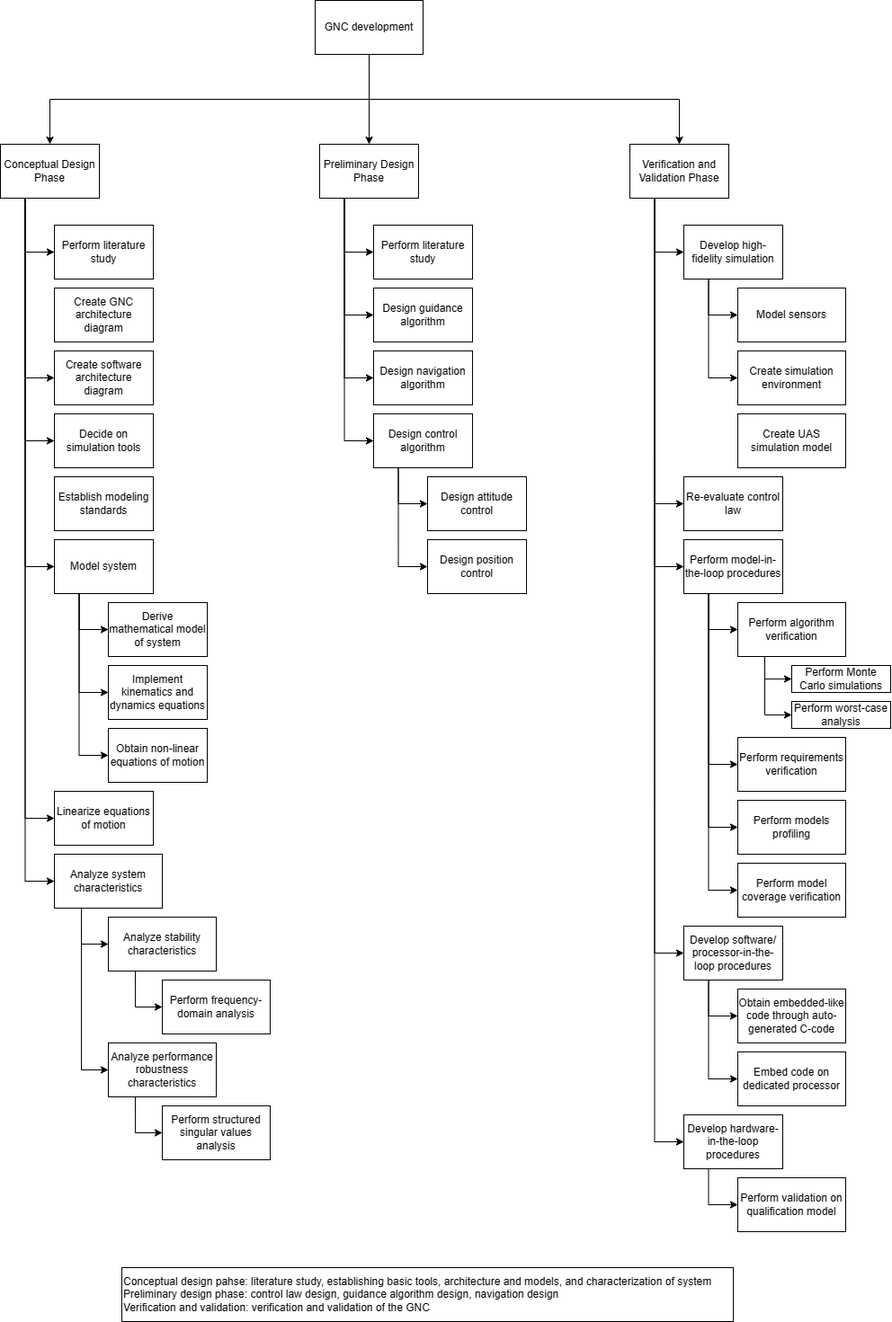
This is work flow diagram CNS.png from MikeTimmerman-ae/inspection-drone, a draw.io export, as it was before one commit. Source tidied: cells renumbered, new cells last; positions are measured from the earlier drawing's top-left corner, leaving out a move shared by most shapes.
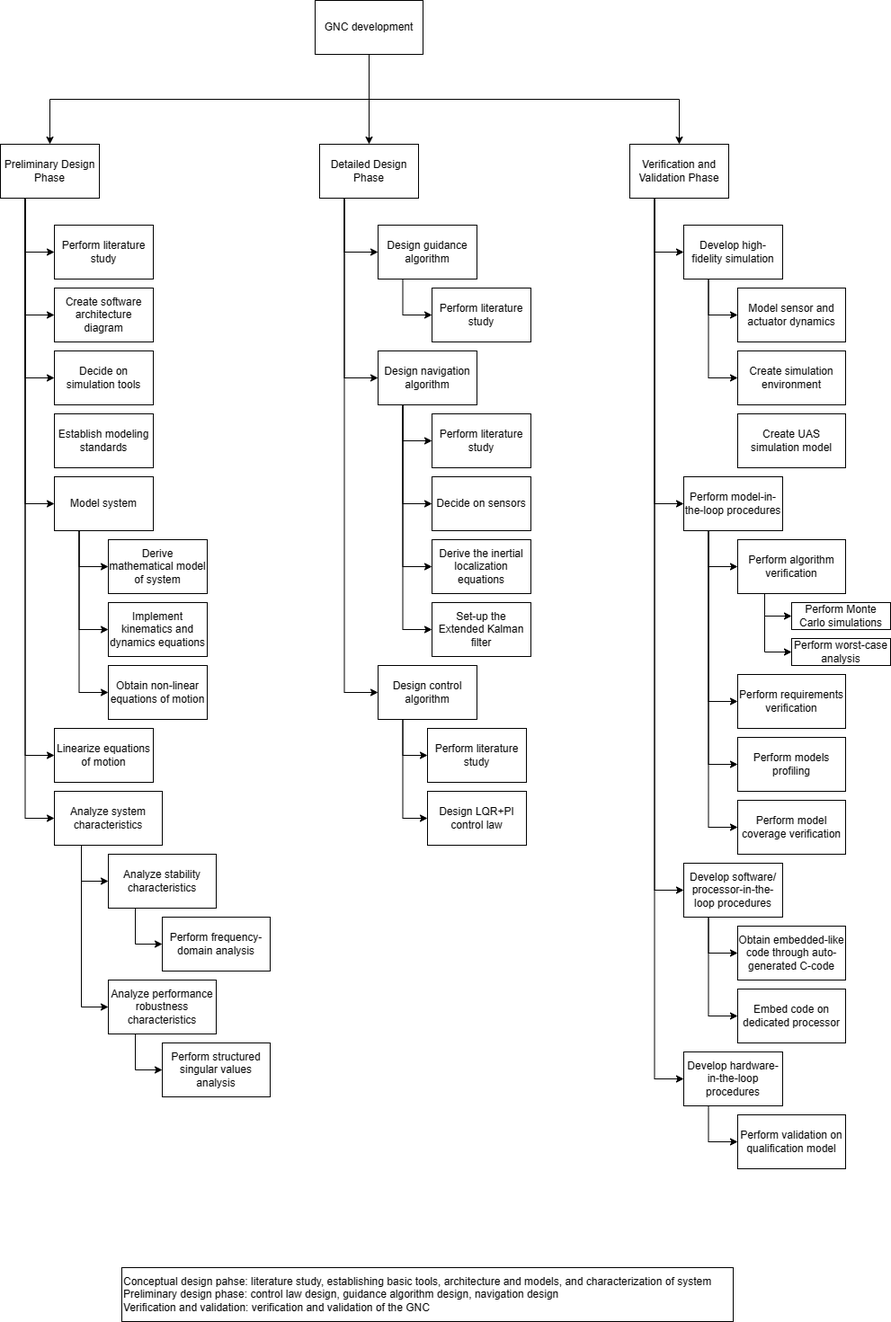
After the change.

The edit, as a diff of the source:
```diff
@@ -20,12 +20,9 @@
     <mxCell id="7" style="edgeStyle=orthogonalEdgeStyle;rounded=0;jettySize=auto;html=1;exitX=0.25;exitY=1;exitDx=0;exitDy=0;entryX=0;entryY=0.5;entryDx=0;entryDy=0;" parent="1" edge="1" source="8" target="50">
       <mxGeometry relative="1" as="geometry" />
     </mxCell>
-    <mxCell id="8" value="Conceptual Design Phase" style="whiteSpace=wrap;html=1;" parent="1" vertex="1">
-      <mxGeometry y="160" width="110" height="60" as="geometry" />
+    <mxCell id="8" value="Preliminary Design Phase" style="whiteSpace=wrap;html=1;" parent="1" vertex="1">
+      <mxGeometry y="230" width="110" height="60" as="geometry" />
     </mxCell>
-    <mxCell id="9" style="edgeStyle=orthogonalEdgeStyle;rounded=0;jettySize=auto;html=1;exitX=0.25;exitY=1;exitDx=0;exitDy=0;entryX=0;entryY=0.5;entryDx=0;entryDy=0;" parent="1" edge="1" source="13" target="74">
-      <mxGeometry relative="1" as="geometry" />
-    </mxCell>
     <mxCell id="10" style="edgeStyle=orthogonalEdgeStyle;rounded=0;jettySize=auto;html=1;exitX=0.25;exitY=1;exitDx=0;exitDy=0;entryX=0;entryY=0.5;entryDx=0;entryDy=0;" parent="1" edge="1" source="13" target="75">
       <mxGeometry relative="1" as="geometry" />
     </mxCell>
@@ -35,13 +32,13 @@
     <mxCell id="12" style="edgeStyle=orthogonalEdgeStyle;rounded=0;jettySize=auto;html=1;exitX=0.25;exitY=1;exitDx=0;exitDy=0;entryX=0;entryY=0.5;entryDx=0;entryDy=0;" parent="1" edge="1" source="13" target="79">
       <mxGeometry relative="1" as="geometry" />
     </mxCell>
-    <mxCell id="13" value="Preliminary Design&lt;br&gt;Phase" style="whiteSpace=wrap;html=1;" parent="1" vertex="1">
-      <mxGeometry x="355" y="160" width="110" height="60" as="geometry" />
+    <mxCell id="13" value="Detailed Design&lt;br&gt;Phase" style="whiteSpace=wrap;html=1;" parent="1" vertex="1">
+      <mxGeometry x="355" y="230" width="110" height="60" as="geometry" />
     </mxCell>
     <mxCell id="14" style="edgeStyle=orthogonalEdgeStyle;rounded=0;jettySize=auto;html=1;exitX=0.25;exitY=1;exitDx=0;exitDy=0;entryX=0;entryY=0.5;entryDx=0;entryDy=0;" parent="1" edge="1" source="19" target="22">
       <mxGeometry relative="1" as="geometry">
         <Array as="points">
-          <mxPoint x="728" y="280" />
+          <mxPoint x="728" y="350" />
         </Array>
       </mxGeometry>
     </mxCell>
@@ -54,11 +51,8 @@
     <mxCell id="17" style="edgeStyle=orthogonalEdgeStyle;rounded=0;jettySize=auto;html=1;exitX=0.25;exitY=1;exitDx=0;exitDy=0;entryX=0;entryY=0.5;entryDx=0;entryDy=0;" parent="1" edge="1" source="19" target="32">
       <mxGeometry relative="1" as="geometry" />
     </mxCell>
-    <mxCell id="18" style="edgeStyle=orthogonalEdgeStyle;rounded=0;jettySize=auto;html=1;exitX=0.25;exitY=1;exitDx=0;exitDy=0;entryX=0;entryY=0.5;entryDx=0;entryDy=0;" parent="1" edge="1" source="19" target="61">
-      <mxGeometry relative="1" as="geometry" />
-    </mxCell>
     <mxCell id="19" value="Verification and Validation Phase" style="whiteSpace=wrap;html=1;" parent="1" vertex="1">
-      <mxGeometry x="700" y="160" width="110" height="60" as="geometry" />
+      <mxGeometry x="700" y="230" width="110" height="60" as="geometry" />
     </mxCell>
     <mxCell id="20" style="edgeStyle=orthogonalEdgeStyle;rounded=0;jettySize=auto;html=1;exitX=0.25;exitY=1;exitDx=0;exitDy=0;entryX=0;entryY=0.5;entryDx=0;entryDy=0;" parent="1" edge="1" source="22" target="58">
       <mxGeometry relative="1" as="geometry" />
@@ -67,7 +61,7 @@
       <mxGeometry relative="1" as="geometry" />
     </mxCell>
     <mxCell id="22" value="Develop high-fidelity simulation" style="whiteSpace=wrap;html=1;" parent="1" vertex="1">
-      <mxGeometry x="760" y="250" width="110" height="60" as="geometry" />
+      <mxGeometry x="760" y="320" width="110" height="60" as="geometry" />
     </mxCell>
     <mxCell id="23" style="edgeStyle=orthogonalEdgeStyle;rounded=0;jettySize=auto;html=1;exitX=0.25;exitY=1;exitDx=0;exitDy=0;entryX=0;entryY=0.5;entryDx=0;entryDy=0;" parent="1" edge="1" source="27" target="64">
       <mxGeometry relative="1" as="geometry" />
@@ -109,10 +103,10 @@
       <mxGeometry relative="1" as="geometry" />
     </mxCell>
     <mxCell id="36" value="GNC development" style="whiteSpace=wrap;html=1;" parent="1" vertex="1">
-      <mxGeometry x="350" width="120" height="60" as="geometry" />
+      <mxGeometry x="350" y="70" width="120" height="60" as="geometry" />
     </mxCell>
     <mxCell id="37" value="Perform literature study" style="whiteSpace=wrap;html=1;" parent="1" vertex="1">
-      <mxGeometry x="60" y="250" width="110" height="60" as="geometry" />
+      <mxGeometry x="60" y="320" width="110" height="60" as="geometry" />
     </mxCell>
     <mxCell id="38" value="Decide on simulation tools" style="whiteSpace=wrap;html=1;" parent="1" vertex="1">
       <mxGeometry x="60" y="460" width="110" height="60" as="geometry" />
@@ -172,20 +166,17 @@
       <mxGeometry x="180" y="1230" width="120" height="60" as="geometry" />
     </mxCell>
     <mxCell id="57" value="Conceptual design pahse: literature study, establishing basic tools, architecture and models, and characterization of system&lt;br&gt;Preliminary design phase: control law design, guidance algorithm design, navigation design&lt;br&gt;Verification and validation: verification and validation of the GNC" style="rounded=0;whiteSpace=wrap;html=1;align=left;" parent="1" vertex="1">
-      <mxGeometry x="135" y="1410" width="680" height="60" as="geometry" />
+      <mxGeometry x="135" y="1480" width="680" height="60" as="geometry" />
     </mxCell>
-    <mxCell id="58" value="Model sensors" style="whiteSpace=wrap;html=1;" parent="1" vertex="1">
-      <mxGeometry x="820" y="320" width="120" height="60" as="geometry" />
+    <mxCell id="58" value="Model sensor and actuator dynamics" style="whiteSpace=wrap;html=1;" parent="1" vertex="1">
+      <mxGeometry x="820" y="390" width="120" height="60" as="geometry" />
     </mxCell>
     <mxCell id="59" value="Create simulation environment" style="whiteSpace=wrap;html=1;" parent="1" vertex="1">
-      <mxGeometry x="820" y="390" width="120" height="60" as="geometry" />
+      <mxGeometry x="820" y="460" width="120" height="60" as="geometry" />
     </mxCell>
     <mxCell id="60" value="Create UAS simulation model" style="whiteSpace=wrap;html=1;" parent="1" vertex="1">
-      <mxGeometry x="820" y="460" width="120" height="60" as="geometry" />
+      <mxGeometry x="820" y="530" width="120" height="60" as="geometry" />
     </mxCell>
-    <mxCell id="61" value="Re-evaluate control law" style="whiteSpace=wrap;html=1;" parent="1" vertex="1">
-      <mxGeometry x="760" y="530" width="110" height="60" as="geometry" />
-    </mxCell>
     <mxCell id="62" style="edgeStyle=orthogonalEdgeStyle;rounded=0;jettySize=auto;html=1;exitX=0.25;exitY=1;exitDx=0;exitDy=0;entryX=0;entryY=0.5;entryDx=0;entryDy=0;" parent="1" edge="1" source="64" target="73">
       <mxGeometry relative="1" as="geometry">
         <Array as="points">
@@ -231,13 +222,28 @@
       <mxGeometry x="880" y="740" width="110" height="30" as="geometry" />
     </mxCell>
     <mxCell id="74" value="Perform literature study" style="whiteSpace=wrap;html=1;" parent="1" vertex="1">
-      <mxGeometry x="415" y="250" width="110" height="60" as="geometry" />
+      <mxGeometry x="480" y="390" width="110" height="60" as="geometry" />
     </mxCell>
+    <mxCell id="83" style="edgeStyle=orthogonalEdgeStyle;rounded=0;jettySize=auto;html=1;exitX=0.25;exitY=1;exitDx=0;exitDy=0;entryX=0;entryY=0.5;entryDx=0;entryDy=0;" parent="1" edge="1" source="75" target="74">
+      <mxGeometry relative="1" as="geometry" />
+    </mxCell>
     <mxCell id="75" value="Design guidance algorithm" style="whiteSpace=wrap;html=1;" parent="1" vertex="1">
-      <mxGeometry x="415" y="320" width="110" height="60" as="geometry" />
+      <mxGeometry x="420" y="320" width="110" height="60" as="geometry" />
     </mxCell>
+    <mxCell id="84" style="edgeStyle=orthogonalEdgeStyle;rounded=0;jettySize=auto;html=1;exitX=0.25;exitY=1;exitDx=0;exitDy=0;entryX=0;entryY=0.5;entryDx=0;entryDy=0;" parent="1" edge="1" source="76" target="88">
+      <mxGeometry relative="1" as="geometry" />
+    </mxCell>
+    <mxCell id="85" style="edgeStyle=orthogonalEdgeStyle;rounded=0;jettySize=auto;html=1;exitX=0.25;exitY=1;exitDx=0;exitDy=0;entryX=0;entryY=0.5;entryDx=0;entryDy=0;" parent="1" edge="1" source="76" target="89">
+      <mxGeometry relative="1" as="geometry" />
+    </mxCell>
+    <mxCell id="86" style="edgeStyle=orthogonalEdgeStyle;rounded=0;jettySize=auto;html=1;exitX=0.25;exitY=1;exitDx=0;exitDy=0;entryX=0;entryY=0.5;entryDx=0;entryDy=0;" parent="1" edge="1" source="76" target="90">
+      <mxGeometry relative="1" as="geometry" />
+    </mxCell>
+    <mxCell id="87" style="edgeStyle=orthogonalEdgeStyle;rounded=0;jettySize=auto;html=1;exitX=0.25;exitY=1;exitDx=0;exitDy=0;entryX=0;entryY=0.5;entryDx=0;entryDy=0;" parent="1" edge="1" source="76" target="91">
+      <mxGeometry relative="1" as="geometry" />
+    </mxCell>
     <mxCell id="76" value="Design navigation algorithm" style="whiteSpace=wrap;html=1;" parent="1" vertex="1">
-      <mxGeometry x="415" y="390" width="110" height="60" as="geometry" />
+      <mxGeometry x="420" y="460" width="110" height="60" as="geometry" />
     </mxCell>
     <mxCell id="77" style="edgeStyle=orthogonalEdgeStyle;rounded=0;jettySize=auto;html=1;exitX=0.25;exitY=1;exitDx=0;exitDy=0;entryX=0;entryY=0.5;entryDx=0;entryDy=0;" parent="1" edge="1" source="79" target="80">
       <mxGeometry relative="1" as="geometry" />
@@ -246,16 +252,25 @@
       <mxGeometry relative="1" as="geometry" />
     </mxCell>
     <mxCell id="79" value="Design control algorithm" style="whiteSpace=wrap;html=1;" parent="1" vertex="1">
-      <mxGeometry x="415" y="460" width="110" height="60" as="geometry" />
+      <mxGeometry x="420" y="810" width="110" height="60" as="geometry" />
     </mxCell>
-    <mxCell id="80" value="Design attitude control" style="whiteSpace=wrap;html=1;" parent="1" vertex="1">
-      <mxGeometry x="475" y="530" width="110" height="60" as="geometry" />
+    <mxCell id="80" value="Perform literature study" style="whiteSpace=wrap;html=1;" parent="1" vertex="1">
+      <mxGeometry x="475" y="880" width="110" height="60" as="geometry" />
     </mxCell>
-    <mxCell id="81" value="Design position control" style="whiteSpace=wrap;html=1;" parent="1" vertex="1">
-      <mxGeometry x="475" y="600" width="110" height="60" as="geometry" />
+    <mxCell id="81" value="Design LQR+PI control law" style="whiteSpace=wrap;html=1;" parent="1" vertex="1">
+      <mxGeometry x="475" y="950" width="110" height="60" as="geometry" />
     </mxCell>
-    <mxCell id="82" value="Create GNC architecture diagram" style="whiteSpace=wrap;html=1;" parent="1" vertex="1">
-      <mxGeometry x="60" y="320" width="110" height="60" as="geometry" />
-    </mxCell>
+    <mxCell id="88" value="Perform literature study" style="whiteSpace=wrap;html=1;" parent="1" vertex="1">
+      <mxGeometry x="480" y="530" width="110" height="60" as="geometry" />
+    </mxCell>
+    <mxCell id="89" value="Decide on sensors" style="whiteSpace=wrap;html=1;" parent="1" vertex="1">
+      <mxGeometry x="480" y="600" width="110" height="60" as="geometry" />
+    </mxCell>
+    <mxCell id="90" value="Derive the inertial localization equations" style="whiteSpace=wrap;html=1;" parent="1" vertex="1">
+      <mxGeometry x="480" y="670" width="110" height="60" as="geometry" />
+    </mxCell>
+    <mxCell id="91" value="Set-up the Extended Kalman filter" style="whiteSpace=wrap;html=1;" parent="1" vertex="1">
+      <mxGeometry x="480" y="740" width="110" height="60" as="geometry" />
+    </mxCell>
   </root>
 </mxGraphModel>
```
